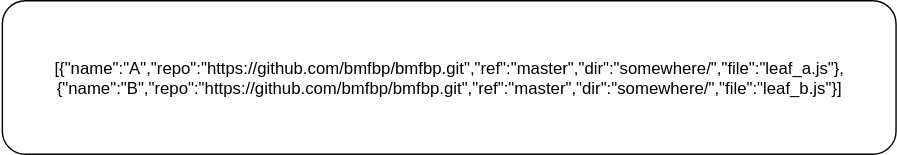
Earlier version of the draw.io export svg/js-compiler/test_diagrams/js_test4_emitter.svg (bmfbp/bmfbp). Source tidied: cells renumbered, new cells last; positions are measured from the earlier drawing's top-left corner, leaving out a move shared by most shapes. Its diagram source:
```xml
<mxGraphModel>
  <root>
    <mxCell id="0" />
    <mxCell id="1" parent="0" />
    <mxCell id="2" value="&lt;span&gt;[{&quot;name&quot;:&quot;A&quot;,&quot;repo&quot;:&quot;https://github.com/bmfbp/bmfbp.git&quot;,&quot;ref&quot;:&quot;master&quot;,&quot;dir&quot;:&quot;somewhere/&quot;,&quot;file&quot;:&quot;leaf_a.js&quot;},{&quot;name&quot;:&quot;B&quot;,&quot;repo&quot;:&quot;https://github.com/bmfbp/bmfbp.git&quot;,&quot;ref&quot;:&quot;master&quot;,&quot;dir&quot;:&quot;somewhere/&quot;,&quot;file&quot;:&quot;leaf_b.js&quot;}]&lt;/span&gt;" style="rounded=1;whiteSpace=wrap;html=1;" parent="1" vertex="1">
      <mxGeometry x="0.5" width="640" height="110" as="geometry" />
    </mxCell>
  </root>
</mxGraphModel>
```
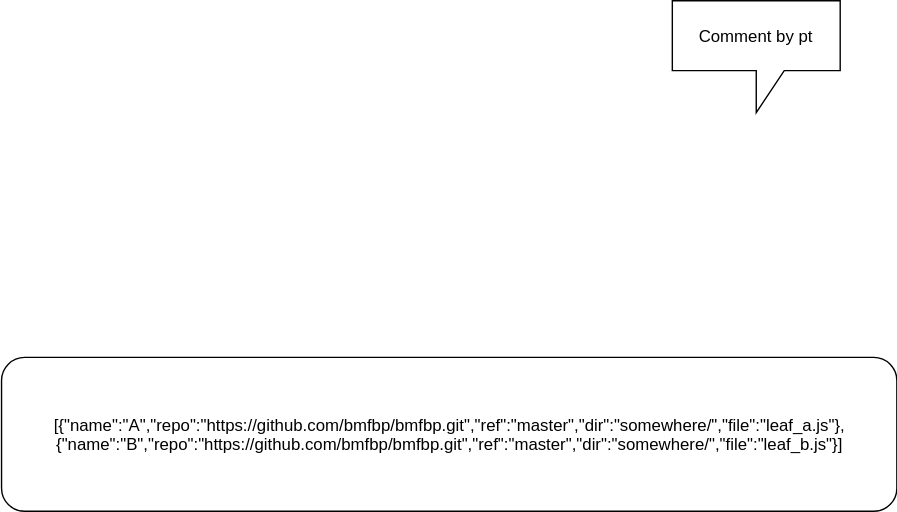
The same diagram one commit later.

Commit message:
example of speechbuble and metadata

The edit, as a diff of the source:
```diff
@@ -2,6 +2,9 @@
   <root>
     <mxCell id="0" />
     <mxCell id="1" parent="0" />
+    <mxCell id="3" value="Comment by pt" style="shape=callout;whiteSpace=wrap;html=1;perimeter=calloutPerimeter;" parent="1" vertex="1">
+      <mxGeometry x="480" y="-255" width="120" height="80" as="geometry" />
+    </mxCell>
     <mxCell id="2" value="&lt;span&gt;[{&quot;name&quot;:&quot;A&quot;,&quot;repo&quot;:&quot;https://github.com/bmfbp/bmfbp.git&quot;,&quot;ref&quot;:&quot;master&quot;,&quot;dir&quot;:&quot;somewhere/&quot;,&quot;file&quot;:&quot;leaf_a.js&quot;},{&quot;name&quot;:&quot;B&quot;,&quot;repo&quot;:&quot;https://github.com/bmfbp/bmfbp.git&quot;,&quot;ref&quot;:&quot;master&quot;,&quot;dir&quot;:&quot;somewhere/&quot;,&quot;file&quot;:&quot;leaf_b.js&quot;}]&lt;/span&gt;" style="rounded=1;whiteSpace=wrap;html=1;" parent="1" vertex="1">
       <mxGeometry x="0.5" width="640" height="110" as="geometry" />
     </mxCell>
```
